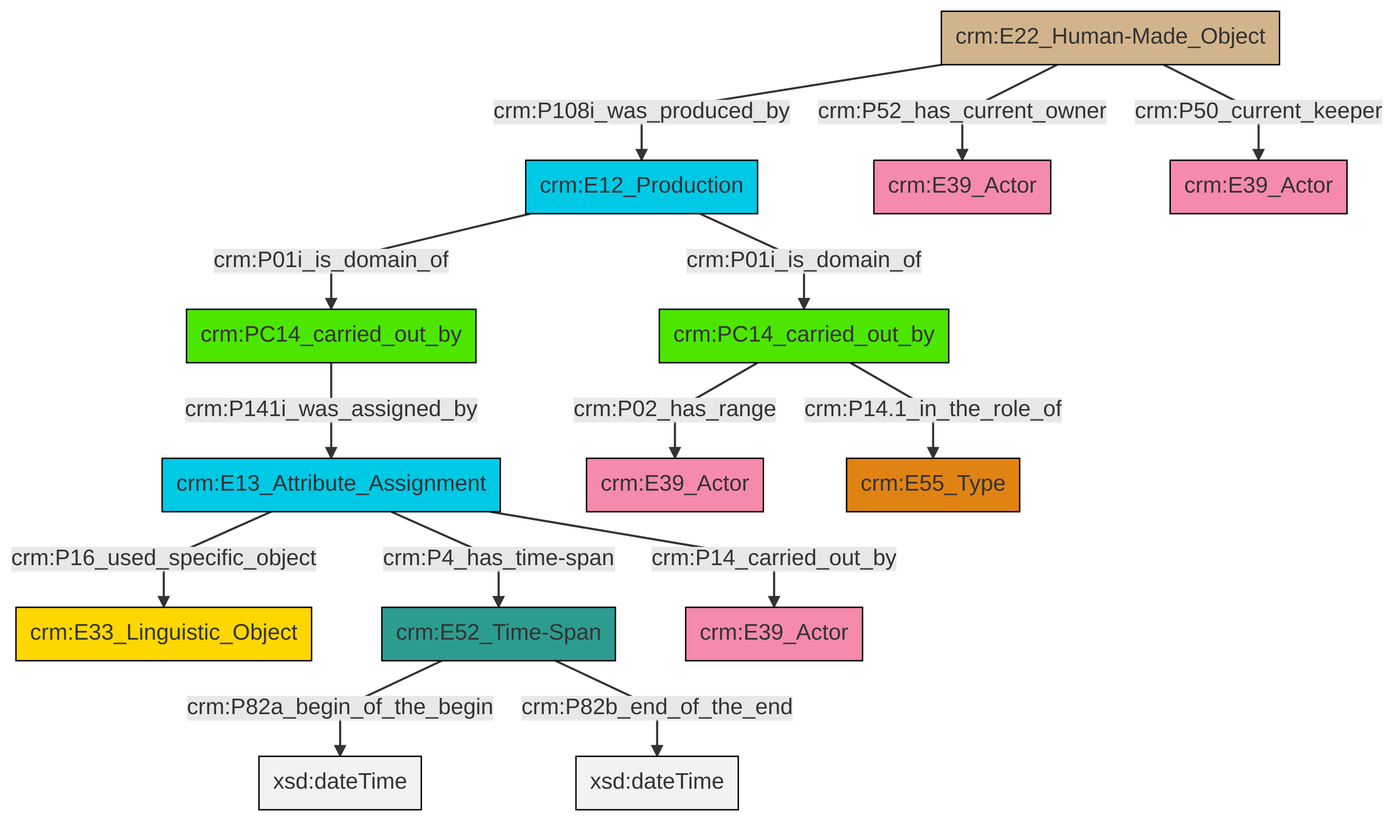
Earlier version of the Mermaid export et/carrierCSV/ttl/mmd/png/carrier_relations.png (swiss-art-research-net/docs.swissartresearch). Its source is kept beside it as et/carrierCSV/ttl/mmd/carrier_relations.ttl.mmd.
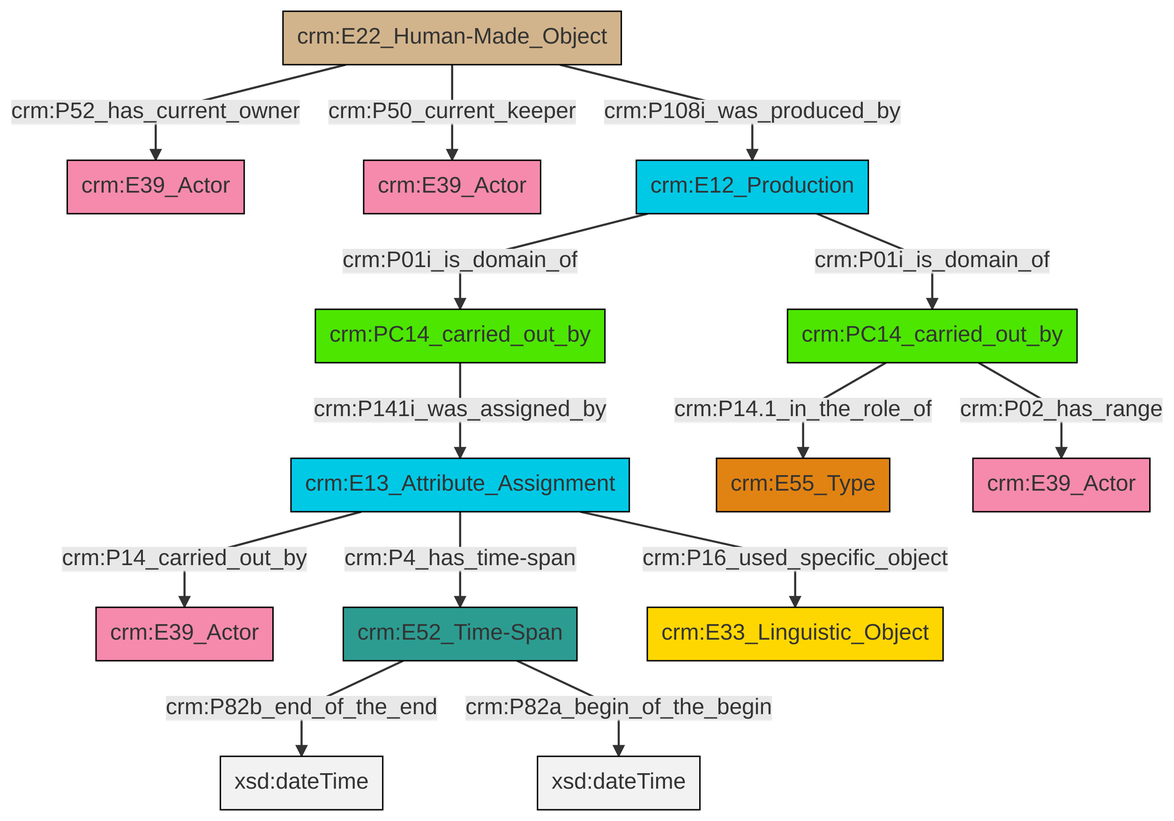
The same file after the commit.

What changed in the source:
```diff
@@ -13,16 +13,16 @@
 classDef PC_Classes fill:#4ce600, stroke:#000000;
 classDef Multi fill:#cccccc,stroke:#000000;
 
-0["crm:E13_Attribute_Assignment"]:::Temporal_Entity -->|crm:P16_used_specific_object| 2["crm:E33_Linguistic_Object"]:::Conceptual_Object
-5["crm:E22_Human-Made_Object"]:::Physical_Thing -->|crm:P52_has_current_owner| 6["crm:E39_Actor"]:::Actor
-5["crm:E22_Human-Made_Object"]:::Physical_Thing -->|crm:P50_current_keeper| 7["crm:E39_Actor"]:::Actor
-5["crm:E22_Human-Made_Object"]:::Physical_Thing -->|crm:P108i_was_produced_by| 3["crm:E12_Production"]:::Temporal_Entity
-0["crm:E13_Attribute_Assignment"]:::Temporal_Entity -->|crm:P14_carried_out_by| 13["crm:E39_Actor"]:::Actor
-10["crm:PC14_carried_out_by"]:::PC_Classes -->|crm:P141i_was_assigned_by| 0["crm:E13_Attribute_Assignment"]:::Temporal_Entity
-8["crm:E52_Time-Span"]:::Time-Span -->|crm:P82a_begin_of_the_begin| 15[xsd:dateTime]:::Literal
-8["crm:E52_Time-Span"]:::Time-Span -->|crm:P82b_end_of_the_end| 23[xsd:dateTime]:::Literal
-3["crm:E12_Production"]:::Temporal_Entity -->|crm:P01i_is_domain_of| 10["crm:PC14_carried_out_by"]:::PC_Classes
-19["crm:PC14_carried_out_by"]:::PC_Classes -->|crm:P14.1_in_the_role_of| 21["crm:E55_Type"]:::Type
-3["crm:E12_Production"]:::Temporal_Entity -->|crm:P01i_is_domain_of| 19["crm:PC14_carried_out_by"]:::PC_Classes
-0["crm:E13_Attribute_Assignment"]:::Temporal_Entity -->|crm:P4_has_time-span| 8["crm:E52_Time-Span"]:::Time-Span
-19["crm:PC14_carried_out_by"]:::PC_Classes -->|crm:P02_has_range| 16["crm:E39_Actor"]:::Actor
+4["crm:E22_Human-Made_Object"]:::Physical_Thing -->|crm:P52_has_current_owner| 5["crm:E39_Actor"]:::Actor
+9["crm:E13_Attribute_Assignment"]:::Temporal_Entity -->|crm:P14_carried_out_by| 2["crm:E39_Actor"]:::Actor
+4["crm:E22_Human-Made_Object"]:::Physical_Thing -->|crm:P50_current_keeper| 12["crm:E39_Actor"]:::Actor
+9["crm:E13_Attribute_Assignment"]:::Temporal_Entity -->|crm:P4_has_time-span| 7["crm:E52_Time-Span"]:::Time-Span
+13["crm:PC14_carried_out_by"]:::PC_Classes -->|crm:P14.1_in_the_role_of| 10["crm:E55_Type"]:::Type
+14["crm:E12_Production"]:::Temporal_Entity -->|crm:P01i_is_domain_of| 0["crm:PC14_carried_out_by"]:::PC_Classes
+13["crm:PC14_carried_out_by"]:::PC_Classes -->|crm:P02_has_range| 15["crm:E39_Actor"]:::Actor
+4["crm:E22_Human-Made_Object"]:::Physical_Thing -->|crm:P108i_was_produced_by| 14["crm:E12_Production"]:::Temporal_Entity
+7["crm:E52_Time-Span"]:::Time-Span -->|crm:P82b_end_of_the_end| 21[xsd:dateTime]:::Literal
+14["crm:E12_Production"]:::Temporal_Entity -->|crm:P01i_is_domain_of| 13["crm:PC14_carried_out_by"]:::PC_Classes
+7["crm:E52_Time-Span"]:::Time-Span -->|crm:P82a_begin_of_the_begin| 23[xsd:dateTime]:::Literal
+9["crm:E13_Attribute_Assignment"]:::Temporal_Entity -->|crm:P16_used_specific_object| 17["crm:E33_Linguistic_Object"]:::Conceptual_Object
+0["crm:PC14_carried_out_by"]:::PC_Classes -->|crm:P141i_was_assigned_by| 9["crm:E13_Attribute_Assignment"]:::Temporal_Entity
```
